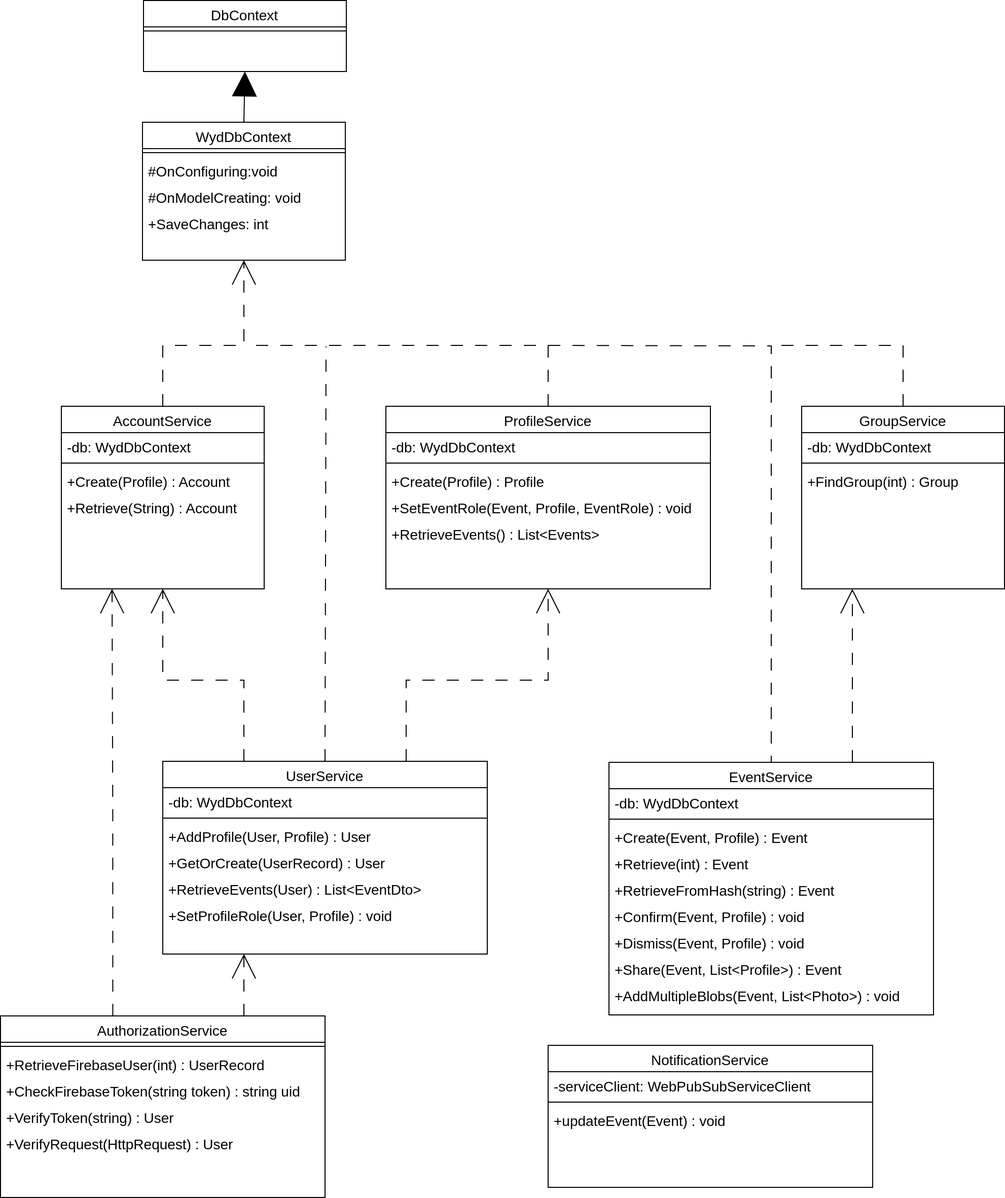
This is latex/immagini/ServiceClassDiagram.png from RedDuality/Tesi, a draw.io export, as it was before one commit. Source tidied: cells renumbered, new cells last; positions are measured from the earlier drawing's top-left corner, leaving out a move shared by most shapes.
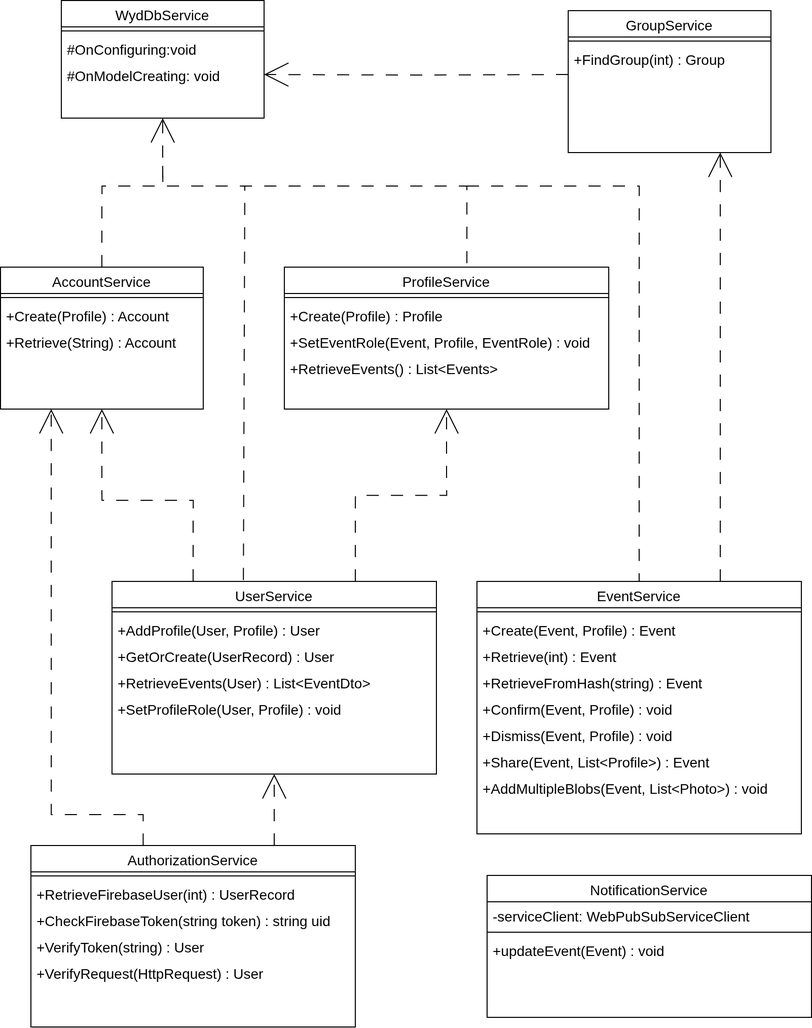
Later version of the same file.

What changed in the source:
```diff
@@ -3,28 +3,25 @@
     <mxCell id="0" />
     <mxCell id="1" parent="0" />
     <mxCell id="2" value="UserService" style="swimlane;fontStyle=0;align=center;verticalAlign=top;horizontal=1;startSize=26;rounded=0;shadow=0;strokeWidth=1;fontSize=14;" parent="1" vertex="1">
-      <mxGeometry x="160" y="750" width="320" height="190" as="geometry" />
+      <mxGeometry x="80" y="620" width="320" height="190" as="geometry" />
     </mxCell>
-    <mxCell id="3" value="-db: WydDbContext" style="text;align=left;verticalAlign=top;spacingLeft=4;spacingRight=4;overflow=hidden;rounded=0;shadow=0;html=0;fontSize=14;" parent="2" vertex="1">
-      <mxGeometry y="26" width="320" height="26" as="geometry" />
-    </mxCell>
     <mxCell id="4" style="line;html=1;strokeWidth=1;align=left;verticalAlign=middle;spacingTop=-1;spacingLeft=3;spacingRight=3;labelPosition=right;fontSize=14;" parent="2" vertex="1">
-      <mxGeometry y="52" width="320" height="8" as="geometry" />
+      <mxGeometry y="26" width="320" height="8" as="geometry" />
     </mxCell>
     <mxCell id="5" value="+AddProfile(User, Profile) : User" style="text;align=left;verticalAlign=top;spacingLeft=4;spacingRight=4;overflow=hidden;rounded=0;shadow=0;html=0;fontSize=14;" parent="2" vertex="1">
-      <mxGeometry y="60" width="320" height="26" as="geometry" />
+      <mxGeometry y="34" width="320" height="26" as="geometry" />
     </mxCell>
     <mxCell id="6" value="+GetOrCreate(UserRecord) : User" style="text;align=left;verticalAlign=top;spacingLeft=4;spacingRight=4;overflow=hidden;rounded=0;shadow=0;html=0;fontSize=14;" parent="2" vertex="1">
-      <mxGeometry y="86" width="320" height="26" as="geometry" />
+      <mxGeometry y="60" width="320" height="26" as="geometry" />
     </mxCell>
     <mxCell id="7" value="+RetrieveEvents(User) : List&lt;EventDto&gt;" style="text;align=left;verticalAlign=top;spacingLeft=4;spacingRight=4;overflow=hidden;rounded=0;shadow=0;html=0;fontSize=14;" parent="2" vertex="1">
-      <mxGeometry y="112" width="320" height="26" as="geometry" />
+      <mxGeometry y="86" width="320" height="26" as="geometry" />
     </mxCell>
     <mxCell id="8" value="+SetProfileRole(User, Profile) : void" style="text;align=left;verticalAlign=top;spacingLeft=4;spacingRight=4;overflow=hidden;rounded=0;shadow=0;html=0;fontSize=14;" parent="2" vertex="1">
-      <mxGeometry y="138" width="320" height="26" as="geometry" />
+      <mxGeometry y="112" width="320" height="26" as="geometry" />
     </mxCell>
     <mxCell id="9" value="AuthorizationService" style="swimlane;fontStyle=0;align=center;verticalAlign=top;horizontal=1;startSize=26;rounded=0;shadow=0;strokeWidth=1;fontSize=14;" parent="1" vertex="1">
-      <mxGeometry y="1001" width="320" height="179" as="geometry" />
+      <mxGeometry y="880.5" width="320" height="179" as="geometry" />
     </mxCell>
     <mxCell id="10" style="line;html=1;strokeWidth=1;align=left;verticalAlign=middle;spacingTop=-1;spacingLeft=3;spacingRight=3;labelPosition=right;fontSize=14;" parent="9" vertex="1">
       <mxGeometry y="26" width="320" height="8" as="geometry" />
@@ -42,40 +39,34 @@
       <mxGeometry y="112" width="320" height="26" as="geometry" />
     </mxCell>
     <mxCell id="15" value="ProfileService" style="swimlane;fontStyle=0;align=center;verticalAlign=top;horizontal=1;startSize=26;rounded=0;shadow=0;strokeWidth=1;fontSize=14;" parent="1" vertex="1">
-      <mxGeometry x="380" y="400" width="320" height="180" as="geometry" />
+      <mxGeometry x="250" y="310" width="320" height="140" as="geometry" />
     </mxCell>
-    <mxCell id="16" value="-db: WydDbContext" style="text;align=left;verticalAlign=top;spacingLeft=4;spacingRight=4;overflow=hidden;rounded=0;shadow=0;html=0;fontSize=14;" parent="15" vertex="1">
-      <mxGeometry y="26" width="320" height="26" as="geometry" />
-    </mxCell>
     <mxCell id="17" style="line;html=1;strokeWidth=1;align=left;verticalAlign=middle;spacingTop=-1;spacingLeft=3;spacingRight=3;labelPosition=right;fontSize=14;" parent="15" vertex="1">
-      <mxGeometry y="52" width="320" height="8" as="geometry" />
+      <mxGeometry y="26" width="320" height="8" as="geometry" />
     </mxCell>
     <mxCell id="18" value="+Create(Profile) : Profile" style="text;align=left;verticalAlign=top;spacingLeft=4;spacingRight=4;overflow=hidden;rounded=0;shadow=0;html=0;fontSize=14;" parent="15" vertex="1">
-      <mxGeometry y="60" width="320" height="26" as="geometry" />
+      <mxGeometry y="34" width="320" height="26" as="geometry" />
     </mxCell>
     <mxCell id="19" value="+SetEventRole(Event, Profile, EventRole) : void" style="text;align=left;verticalAlign=top;spacingLeft=4;spacingRight=4;overflow=hidden;rounded=0;shadow=0;html=0;fontSize=14;" parent="15" vertex="1">
-      <mxGeometry y="86" width="320" height="26" as="geometry" />
+      <mxGeometry y="60" width="320" height="26" as="geometry" />
     </mxCell>
     <mxCell id="20" value="+RetrieveEvents() : List&lt;Events&gt;" style="text;align=left;verticalAlign=top;spacingLeft=4;spacingRight=4;overflow=hidden;rounded=0;shadow=0;html=0;fontSize=14;" parent="15" vertex="1">
-      <mxGeometry y="112" width="320" height="26" as="geometry" />
+      <mxGeometry y="86" width="320" height="26" as="geometry" />
     </mxCell>
     <mxCell id="21" value="AccountService" style="swimlane;fontStyle=0;align=center;verticalAlign=top;horizontal=1;startSize=26;rounded=0;shadow=0;strokeWidth=1;fontSize=14;" parent="1" vertex="1">
-      <mxGeometry x="60" y="400" width="200" height="180" as="geometry" />
+      <mxGeometry x="-30" y="310" width="200" height="140" as="geometry" />
     </mxCell>
-    <mxCell id="22" value="-db: WydDbContext" style="text;align=left;verticalAlign=top;spacingLeft=4;spacingRight=4;overflow=hidden;rounded=0;shadow=0;html=0;fontSize=14;" parent="21" vertex="1">
-      <mxGeometry y="26" width="200" height="26" as="geometry" />
-    </mxCell>
     <mxCell id="23" style="line;html=1;strokeWidth=1;align=left;verticalAlign=middle;spacingTop=-1;spacingLeft=3;spacingRight=3;labelPosition=right;fontSize=14;" parent="21" vertex="1">
-      <mxGeometry y="52" width="200" height="8" as="geometry" />
+      <mxGeometry y="26" width="200" height="8" as="geometry" />
     </mxCell>
     <mxCell id="24" value="+Create(Profile) : Account" style="text;align=left;verticalAlign=top;spacingLeft=4;spacingRight=4;overflow=hidden;rounded=0;shadow=0;html=0;fontSize=14;" parent="21" vertex="1">
-      <mxGeometry y="60" width="200" height="26" as="geometry" />
+      <mxGeometry y="34" width="200" height="26" as="geometry" />
     </mxCell>
     <mxCell id="25" value="+Retrieve(String) : Account" style="text;align=left;verticalAlign=top;spacingLeft=4;spacingRight=4;overflow=hidden;rounded=0;shadow=0;html=0;fontSize=14;" parent="21" vertex="1">
-      <mxGeometry y="86" width="200" height="26" as="geometry" />
+      <mxGeometry y="60" width="200" height="26" as="geometry" />
     </mxCell>
-    <mxCell id="26" value="WydDbContext" style="swimlane;fontStyle=0;align=center;verticalAlign=top;horizontal=1;startSize=26;rounded=0;shadow=0;strokeWidth=1;fontSize=14;" parent="1" vertex="1">
-      <mxGeometry x="140" y="120" width="200" height="136" as="geometry" />
+    <mxCell id="26" value="WydDbService" style="swimlane;fontStyle=0;align=center;verticalAlign=top;horizontal=1;startSize=26;rounded=0;shadow=0;strokeWidth=1;fontSize=14;" parent="1" vertex="1">
+      <mxGeometry x="30" y="47" width="200" height="116" as="geometry" />
     </mxCell>
     <mxCell id="27" style="line;html=1;strokeWidth=1;align=left;verticalAlign=middle;spacingTop=-1;spacingLeft=3;spacingRight=3;labelPosition=right;fontSize=14;" parent="26" vertex="1">
       <mxGeometry y="26" width="200" height="8" as="geometry" />
@@ -86,131 +77,99 @@
     <mxCell id="29" value="#OnModelCreating: void" style="text;align=left;verticalAlign=top;spacingLeft=4;spacingRight=4;overflow=hidden;points=[[0,0.5],[1,0.5]];portConstraint=eastwest;rounded=0;shadow=0;html=0;fontSize=14;" parent="26" vertex="1">
       <mxGeometry y="60" width="200" height="26" as="geometry" />
     </mxCell>
-    <mxCell id="30" value="+SaveChanges: int" style="text;align=left;verticalAlign=top;spacingLeft=4;spacingRight=4;overflow=hidden;rounded=0;shadow=0;html=0;fontSize=14;" parent="26" vertex="1">
-      <mxGeometry y="86" width="200" height="26" as="geometry" />
-    </mxCell>
-    <mxCell id="31" value="DbContext" style="swimlane;fontStyle=0;align=center;verticalAlign=top;horizontal=1;startSize=26;rounded=0;shadow=0;strokeWidth=1;fontSize=14;" parent="1" vertex="1">
-      <mxGeometry x="141" width="200" height="70" as="geometry" />
-    </mxCell>
-    <mxCell id="32" style="line;html=1;strokeWidth=1;align=left;verticalAlign=middle;spacingTop=-1;spacingLeft=3;spacingRight=3;labelPosition=right;fontSize=14;" parent="31" vertex="1">
-      <mxGeometry y="26" width="200" height="8" as="geometry" />
-    </mxCell>
-    <mxCell id="33" style="endArrow=block;html=1;rounded=0;exitX=0.5;exitY=0;exitDx=0;exitDy=0;entryX=0.5;entryY=1;entryDx=0;entryDy=0;endFill=1;endSize=22;fontSize=14;" parent="1" edge="1" source="26" target="31">
-      <mxGeometry relative="1" as="geometry" />
-    </mxCell>
     <mxCell id="34" style="endArrow=open;html=1;rounded=0;exitX=0.5;exitY=0;exitDx=0;exitDy=0;entryX=0.5;entryY=1;entryDx=0;entryDy=0;dashed=1;dashPattern=12 12;endFill=0;endSize=22;edgeStyle=orthogonalEdgeStyle;fontSize=14;" parent="1" edge="1" source="21" target="26">
       <mxGeometry relative="1" as="geometry">
         <Array as="points">
-          <mxPoint x="160" y="340" />
-          <mxPoint x="240" y="340" />
+          <mxPoint x="70" y="230" />
+          <mxPoint x="130" y="230" />
         </Array>
       </mxGeometry>
     </mxCell>
     <mxCell id="35" style="endArrow=none;html=1;rounded=0;exitX=0.5;exitY=0;exitDx=0;exitDy=0;edgeStyle=orthogonalEdgeStyle;endFill=0;dashed=1;dashPattern=12 12;fontSize=14;" parent="1" edge="1" source="15">
       <mxGeometry relative="1" as="geometry">
-        <mxPoint x="240" y="340" as="targetPoint" />
+        <mxPoint x="130" y="210" as="targetPoint" />
         <Array as="points">
-          <mxPoint x="540" y="340" />
+          <mxPoint x="430" y="230" />
+          <mxPoint x="130" y="230" />
         </Array>
       </mxGeometry>
     </mxCell>
     <mxCell id="36" value="EventService" style="swimlane;fontStyle=0;align=center;verticalAlign=top;horizontal=1;startSize=26;rounded=0;shadow=0;strokeWidth=1;fontSize=14;" parent="1" vertex="1">
-      <mxGeometry x="600" y="751" width="320" height="249" as="geometry" />
+      <mxGeometry x="440" y="620" width="320" height="249" as="geometry" />
     </mxCell>
-    <mxCell id="37" value="-db: WydDbContext" style="text;align=left;verticalAlign=top;spacingLeft=4;spacingRight=4;overflow=hidden;rounded=0;shadow=0;html=0;fontSize=14;" parent="36" vertex="1">
-      <mxGeometry y="26" width="320" height="26" as="geometry" />
-    </mxCell>
     <mxCell id="38" style="line;html=1;strokeWidth=1;align=left;verticalAlign=middle;spacingTop=-1;spacingLeft=3;spacingRight=3;labelPosition=right;fontSize=14;" parent="36" vertex="1">
-      <mxGeometry y="52" width="320" height="8" as="geometry" />
+      <mxGeometry y="26" width="320" height="8" as="geometry" />
     </mxCell>
     <mxCell id="39" value="+Create(Event, Profile) : Event" style="text;align=left;verticalAlign=top;spacingLeft=4;spacingRight=4;overflow=hidden;rounded=0;shadow=0;html=0;fontSize=14;" parent="36" vertex="1">
-      <mxGeometry y="60" width="320" height="26" as="geometry" />
+      <mxGeometry y="34" width="320" height="26" as="geometry" />
     </mxCell>
     <mxCell id="40" value="+Retrieve(int) : Event" style="text;align=left;verticalAlign=top;spacingLeft=4;spacingRight=4;overflow=hidden;rounded=0;shadow=0;html=0;fontSize=14;" parent="36" vertex="1">
-      <mxGeometry y="86" width="320" height="26" as="geometry" />
+      <mxGeometry y="60" width="320" height="26" as="geometry" />
     </mxCell>
     <mxCell id="41" value="+RetrieveFromHash(string) : Event" style="text;align=left;verticalAlign=top;spacingLeft=4;spacingRight=4;overflow=hidden;rounded=0;shadow=0;html=0;fontSize=14;" parent="36" vertex="1">
-      <mxGeometry y="112" width="320" height="26" as="geometry" />
+      <mxGeometry y="86" width="320" height="26" as="geometry" />
     </mxCell>
     <mxCell id="42" value="+Confirm(Event, Profile) : void" style="text;align=left;verticalAlign=top;spacingLeft=4;spacingRight=4;overflow=hidden;rounded=0;shadow=0;html=0;fontSize=14;" parent="36" vertex="1">
-      <mxGeometry y="138" width="320" height="26" as="geometry" />
+      <mxGeometry y="112" width="320" height="26" as="geometry" />
     </mxCell>
     <mxCell id="43" value="+Dismiss(Event, Profile) : void" style="text;align=left;verticalAlign=top;spacingLeft=4;spacingRight=4;overflow=hidden;rounded=0;shadow=0;html=0;fontSize=14;" parent="36" vertex="1">
-      <mxGeometry y="164" width="320" height="26" as="geometry" />
+      <mxGeometry y="138" width="320" height="26" as="geometry" />
     </mxCell>
     <mxCell id="44" value="+Share(Event, List&lt;Profile&gt;) : Event" style="text;align=left;verticalAlign=top;spacingLeft=4;spacingRight=4;overflow=hidden;rounded=0;shadow=0;html=0;fontSize=14;" parent="36" vertex="1">
-      <mxGeometry y="190" width="320" height="26" as="geometry" />
+      <mxGeometry y="164" width="320" height="26" as="geometry" />
     </mxCell>
     <mxCell id="45" value="+AddMultipleBlobs(Event, List&lt;Photo&gt;) : void" style="text;align=left;verticalAlign=top;spacingLeft=4;spacingRight=4;overflow=hidden;rounded=0;shadow=0;html=0;fontSize=14;" parent="36" vertex="1">
-      <mxGeometry y="216" width="320" height="26" as="geometry" />
+      <mxGeometry y="190" width="320" height="26" as="geometry" />
     </mxCell>
     <mxCell id="46" style="endArrow=none;html=1;rounded=0;entryX=0.5;entryY=0;entryDx=0;entryDy=0;edgeStyle=orthogonalEdgeStyle;dashed=1;dashPattern=12 12;fontSize=14;" parent="1" edge="1" target="36">
       <mxGeometry relative="1" as="geometry">
-        <mxPoint x="540" y="340" as="sourcePoint" />
+        <mxPoint x="430" y="230" as="sourcePoint" />
+        <Array as="points">
+          <mxPoint x="600" y="230" />
+        </Array>
       </mxGeometry>
     </mxCell>
-    <mxCell id="47" style="endArrow=none;html=1;rounded=0;exitX=0.5;exitY=0;exitDx=0;exitDy=0;dashed=1;dashPattern=12 12;fontSize=14;" parent="1" edge="1" source="2">
+    <mxCell id="47" style="endArrow=none;html=1;rounded=0;exitX=0.405;exitY=-0.007;exitDx=0;exitDy=0;dashed=1;dashPattern=12 12;fontSize=14;exitPerimeter=0;" parent="1" edge="1" source="2">
       <mxGeometry relative="1" as="geometry">
-        <mxPoint x="321" y="341" as="targetPoint" />
+        <mxPoint x="211" y="230" as="targetPoint" />
       </mxGeometry>
     </mxCell>
     <mxCell id="48" style="endArrow=open;html=1;rounded=0;exitX=0.25;exitY=0;exitDx=0;exitDy=0;entryX=0.5;entryY=1;entryDx=0;entryDy=0;dashed=1;dashPattern=12 12;endFill=0;endSize=22;edgeStyle=orthogonalEdgeStyle;fontSize=14;" parent="1" edge="1" source="2" target="21">
       <mxGeometry relative="1" as="geometry">
         <Array as="points">
-          <mxPoint x="240" y="670" />
-          <mxPoint x="160" y="670" />
+          <mxPoint x="160" y="540" />
+          <mxPoint x="70" y="540" />
         </Array>
       </mxGeometry>
     </mxCell>
     <mxCell id="49" style="endArrow=open;html=1;rounded=0;exitX=0.75;exitY=0;exitDx=0;exitDy=0;dashed=1;dashPattern=12 12;endFill=0;endSize=22;edgeStyle=orthogonalEdgeStyle;fontSize=14;entryX=0.5;entryY=1;entryDx=0;entryDy=0;" parent="1" edge="1" source="2" target="15">
-      <mxGeometry relative="1" as="geometry">
-        <Array as="points">
-          <mxPoint x="400" y="670" />
-          <mxPoint x="540" y="670" />
-        </Array>
-      </mxGeometry>
+      <mxGeometry relative="1" as="geometry" />
     </mxCell>
-    <mxCell id="50" style="endArrow=open;html=1;rounded=0;exitX=0.75;exitY=0;exitDx=0;exitDy=0;dashed=1;dashPattern=12 12;endFill=0;endSize=22;edgeStyle=orthogonalEdgeStyle;entryX=0.25;entryY=1;entryDx=0;entryDy=0;fontSize=14;" parent="1" edge="1" source="9" target="2">
+    <mxCell id="50" style="endArrow=open;html=1;rounded=0;exitX=0.75;exitY=0;exitDx=0;exitDy=0;dashed=1;dashPattern=12 12;endFill=0;endSize=22;edgeStyle=orthogonalEdgeStyle;entryX=0.5;entryY=1;entryDx=0;entryDy=0;fontSize=14;" parent="1" edge="1" source="9" target="2">
       <mxGeometry relative="1" as="geometry" />
     </mxCell>
-    <mxCell id="51" style="endArrow=open;html=1;rounded=0;exitX=0.346;exitY=0.001;exitDx=0;exitDy=0;entryX=0.25;entryY=1;entryDx=0;entryDy=0;dashed=1;dashPattern=12 12;endFill=0;endSize=22;edgeStyle=orthogonalEdgeStyle;exitPerimeter=0;fontSize=14;" parent="1" edge="1" source="9" target="21">
+    <mxCell id="51" style="endArrow=open;html=1;rounded=0;exitX=0.346;exitY=0.001;exitDx=0;exitDy=0;dashed=1;dashPattern=12 12;endFill=0;endSize=22;edgeStyle=orthogonalEdgeStyle;exitPerimeter=0;fontSize=14;entryX=0.25;entryY=1;entryDx=0;entryDy=0;" parent="1" edge="1" source="9" target="21">
       <mxGeometry relative="1" as="geometry">
         <Array as="points">
-          <mxPoint x="111" y="805" />
-          <mxPoint x="110" y="805" />
+          <mxPoint x="111" y="850" />
+          <mxPoint x="20" y="850" />
         </Array>
       </mxGeometry>
     </mxCell>
     <mxCell id="52" value="GroupService" style="swimlane;fontStyle=0;align=center;verticalAlign=top;horizontal=1;startSize=26;rounded=0;shadow=0;strokeWidth=1;fontSize=14;" parent="1" vertex="1">
-      <mxGeometry x="790" y="400" width="200" height="180" as="geometry" />
+      <mxGeometry x="530" y="57" width="200" height="140" as="geometry" />
     </mxCell>
-    <mxCell id="53" value="-db: WydDbContext" style="text;align=left;verticalAlign=top;spacingLeft=4;spacingRight=4;overflow=hidden;rounded=0;shadow=0;html=0;fontSize=14;" parent="52" vertex="1">
-      <mxGeometry y="26" width="200" height="26" as="geometry" />
-    </mxCell>
     <mxCell id="54" style="line;html=1;strokeWidth=1;align=left;verticalAlign=middle;spacingTop=-1;spacingLeft=3;spacingRight=3;labelPosition=right;fontSize=14;" parent="52" vertex="1">
-      <mxGeometry y="52" width="200" height="8" as="geometry" />
+      <mxGeometry y="26" width="200" height="8" as="geometry" />
     </mxCell>
     <mxCell id="55" value="+FindGroup(int) : Group" style="text;align=left;verticalAlign=top;spacingLeft=4;spacingRight=4;overflow=hidden;rounded=0;shadow=0;html=0;fontSize=14;" parent="52" vertex="1">
-      <mxGeometry y="60" width="200" height="26" as="geometry" />
+      <mxGeometry y="34" width="200" height="26" as="geometry" />
     </mxCell>
-    <mxCell id="56" style="endArrow=none;html=1;rounded=0;exitX=0.5;exitY=0;exitDx=0;exitDy=0;dashed=1;dashPattern=12 12;endFill=0;endSize=22;edgeStyle=orthogonalEdgeStyle;startFill=0;fontSize=14;" parent="1" edge="1" source="52">
-      <mxGeometry relative="1" as="geometry">
-        <mxPoint x="761" y="340" as="targetPoint" />
-        <Array as="points">
-          <mxPoint x="890" y="340" />
-        </Array>
-      </mxGeometry>
-    </mxCell>
-    <mxCell id="57" style="endArrow=open;html=1;rounded=0;exitX=0.75;exitY=0;exitDx=0;exitDy=0;dashed=1;dashPattern=12 12;endFill=0;endSize=22;edgeStyle=orthogonalEdgeStyle;startFill=0;entryX=0.25;entryY=1;entryDx=0;entryDy=0;fontSize=14;" parent="1" edge="1" source="36" target="52">
-      <mxGeometry relative="1" as="geometry">
-        <Array as="points">
-          <mxPoint x="840" y="610" />
-          <mxPoint x="840" y="610" />
-        </Array>
-      </mxGeometry>
+    <mxCell id="57" style="endArrow=open;html=1;rounded=0;exitX=0.75;exitY=0;exitDx=0;exitDy=0;dashed=1;dashPattern=12 12;endFill=0;endSize=22;edgeStyle=orthogonalEdgeStyle;startFill=0;fontSize=14;entryX=0.75;entryY=1;entryDx=0;entryDy=0;" parent="1" edge="1" source="36" target="52">
+      <mxGeometry relative="1" as="geometry" />
     </mxCell>
     <mxCell id="58" value="NotificationService" style="swimlane;fontStyle=0;align=center;verticalAlign=top;horizontal=1;startSize=26;rounded=0;shadow=0;strokeWidth=1;fontSize=14;" parent="1" vertex="1">
-      <mxGeometry x="540" y="1030" width="320" height="140" as="geometry" />
+      <mxGeometry x="450" y="910" width="320" height="140" as="geometry" />
     </mxCell>
     <mxCell id="59" value="-serviceClient: WebPubSubServiceClient" style="text;align=left;verticalAlign=top;spacingLeft=4;spacingRight=4;overflow=hidden;rounded=0;shadow=0;html=0;fontSize=14;" parent="58" vertex="1">
       <mxGeometry y="26" width="320" height="26" as="geometry" />
@@ -221,5 +180,10 @@
     <mxCell id="61" value="+updateEvent(Event) : void" style="text;align=left;verticalAlign=top;spacingLeft=4;spacingRight=4;overflow=hidden;rounded=0;shadow=0;html=0;fontSize=14;" parent="58" vertex="1">
       <mxGeometry y="60" width="320" height="26" as="geometry" />
     </mxCell>
+    <mxCell id="62" style="endArrow=open;html=1;rounded=0;entryX=1;entryY=0.5;entryDx=0;entryDy=0;dashed=1;dashPattern=12 12;endFill=0;endSize=22;edgeStyle=orthogonalEdgeStyle;fontSize=14;" parent="1" edge="1" target="29">
+      <mxGeometry relative="1" as="geometry">
+        <mxPoint x="530" y="120" as="sourcePoint" />
+      </mxGeometry>
+    </mxCell>
   </root>
 </mxGraphModel>
```
